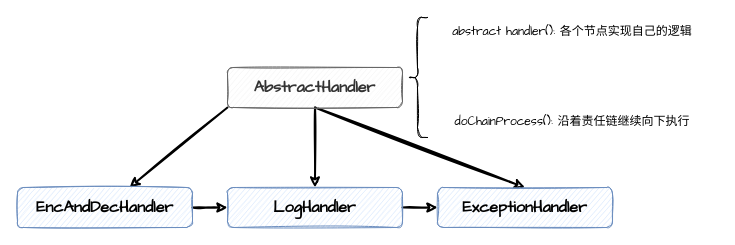
Above: images/责任链模式.drawio in FangYuan33/head-first-design-patterns (draw.io), before the change. Source tidied: cells renumbered, new cells numbered last; positions are measured from the earlier drawing's top-left corner, leaving out a move shared by most shapes. Both pictures are drawn from the tidied source at 100%, with x=0, y=0 at pixel (17, 17).
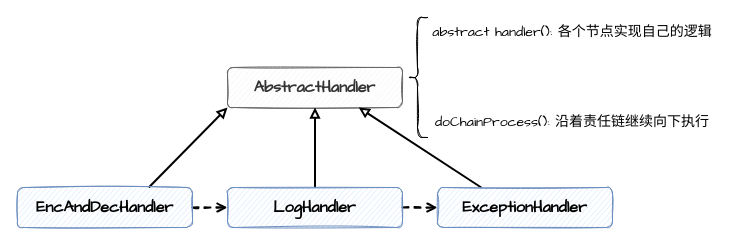
After the change.

Commit message (it also covers changes not shown here):
优化责任链模式图片

The edit, as a diff of the source:
```diff
@@
 <mxGraphModel>
   <root>
     <mxCell id="0" />
     <mxCell id="1" parent="0" />
-    <mxCell id="2" style="rounded=0;jettySize=auto;html=1;exitX=0;exitY=1;exitDx=0;exitDy=0;fontFamily=Comic Sans MS;strokeWidth=2;sketch=1;" parent="1" edge="1" source="5" target="7">
-      <mxGeometry relative="1" as="geometry" />
-    </mxCell>
-    <mxCell id="3" style="edgeStyle=none;rounded=0;sketch=1;jettySize=auto;html=1;strokeWidth=2;fontFamily=Comic Sans MS;" parent="1" edge="1" source="5" target="10">
-      <mxGeometry relative="1" as="geometry" />
-    </mxCell>
-    <mxCell id="4" style="edgeStyle=none;rounded=0;sketch=1;jettySize=auto;html=1;entryX=0.5;entryY=0;entryDx=0;entryDy=0;strokeWidth=2;fontFamily=Comic Sans MS;exitX=0.5;exitY=1;exitDx=0;exitDy=0;" parent="1" edge="1" source="5" target="8">
-      <mxGeometry relative="1" as="geometry" />
-    </mxCell>
     <mxCell id="5" value="&lt;font face=&quot;Comic Sans MS&quot; style=&quot;font-size: 16px;&quot;&gt;&lt;b&gt;AbstractHandler&lt;/b&gt;&lt;/font&gt;" style="rounded=1;whiteSpace=wrap;html=1;fillColor=#f5f5f5;strokeColor=#666666;sketch=1;strokeWidth=1;fontSize=13;fontColor=#333333;" parent="1" vertex="1">
       <mxGeometry x="210" y="50" width="175" height="40" as="geometry" />
     </mxCell>
-    <mxCell id="6" style="edgeStyle=none;rounded=0;sketch=1;jettySize=auto;html=1;strokeWidth=2;fontFamily=Comic Sans MS;" parent="1" edge="1" source="7" target="10">
+    <mxCell id="6" style="edgeStyle=none;rounded=0;sketch=1;jettySize=auto;html=1;strokeWidth=2;fontFamily=Comic Sans MS;dashed=1;endArrow=open;endFill=0;" parent="1" edge="1" source="7" target="10">
       <mxGeometry relative="1" as="geometry" />
     </mxCell>
+    <mxCell id="14" style="edgeStyle=none;rounded=0;jettySize=auto;html=1;exitX=0.75;exitY=0;exitDx=0;exitDy=0;entryX=0;entryY=1;entryDx=0;entryDy=0;strokeWidth=2;endArrow=block;endFill=0;" parent="1" edge="1" source="7" target="5">
+      <mxGeometry relative="1" as="geometry" />
+    </mxCell>
     <mxCell id="7" value="&lt;font face=&quot;Comic Sans MS&quot; style=&quot;font-size: 16px;&quot;&gt;&lt;b&gt;EncAndDecHandler&lt;/b&gt;&lt;/font&gt;" style="rounded=1;whiteSpace=wrap;html=1;fillColor=#dae8fc;strokeColor=#6c8ebf;sketch=1;strokeWidth=1;fontSize=13;" parent="1" vertex="1">
       <mxGeometry y="170" width="175" height="40" as="geometry" />
     </mxCell>
+    <mxCell id="15" style="edgeStyle=none;rounded=0;jettySize=auto;html=1;exitX=0.25;exitY=0;exitDx=0;exitDy=0;entryX=0.75;entryY=1;entryDx=0;entryDy=0;strokeWidth=2;endArrow=block;endFill=0;" parent="1" edge="1" source="8" target="5">
+      <mxGeometry relative="1" as="geometry" />
+    </mxCell>
     <mxCell id="8" value="&lt;font face=&quot;Comic Sans MS&quot; style=&quot;font-size: 16px;&quot;&gt;&lt;b&gt;ExceptionHandler&lt;/b&gt;&lt;/font&gt;" style="rounded=1;whiteSpace=wrap;html=1;fillColor=#dae8fc;strokeColor=#6c8ebf;sketch=1;strokeWidth=1;fontSize=13;" parent="1" vertex="1">
       <mxGeometry x="420" y="170" width="175" height="40" as="geometry" />
     </mxCell>
-    <mxCell id="9" style="edgeStyle=none;rounded=0;sketch=1;jettySize=auto;html=1;strokeWidth=2;fontFamily=Comic Sans MS;" parent="1" edge="1" source="10" target="8">
+    <mxCell id="9" style="edgeStyle=none;rounded=0;sketch=1;jettySize=auto;html=1;strokeWidth=2;fontFamily=Comic Sans MS;dashed=1;endArrow=open;endFill=0;" parent="1" edge="1" source="10" target="8">
       <mxGeometry relative="1" as="geometry" />
     </mxCell>
+    <mxCell id="16" style="edgeStyle=none;rounded=0;jettySize=auto;html=1;strokeWidth=2;endArrow=block;endFill=0;" parent="1" edge="1" source="10" target="5">
+      <mxGeometry relative="1" as="geometry" />
+    </mxCell>
     <mxCell id="10" value="&lt;font face=&quot;Comic Sans MS&quot; style=&quot;font-size: 16px;&quot;&gt;&lt;b&gt;LogHandler&lt;/b&gt;&lt;/font&gt;" style="rounded=1;whiteSpace=wrap;html=1;fillColor=#dae8fc;strokeColor=#6c8ebf;sketch=1;strokeWidth=1;fontSize=13;" parent="1" vertex="1">
       <mxGeometry x="210" y="170" width="175" height="40" as="geometry" />
     </mxCell>
     <mxCell id="11" style="shape=curlyBracket;whiteSpace=wrap;html=1;rounded=1;labelBackgroundColor=none;strokeColor=default;fontSize=14;fontFamily=Comic Sans MS;sketch=1;" parent="1" vertex="1">
       <mxGeometry x="390" width="20" height="120" as="geometry" />
     </mxCell>
-    <mxCell id="12" value="abstract handler(): 各个节点实现自己的逻辑" style="text;html=1;strokeColor=none;fillColor=none;align=center;verticalAlign=middle;whiteSpace=wrap;rounded=0;sketch=1;fontFamily=Comic Sans MS;" parent="1" vertex="1">
+    <mxCell id="12" value="&lt;font style=&quot;font-size: 14px;&quot;&gt;abstract handler(): 各个节点实现自己的逻辑&lt;/font&gt;" style="text;html=1;strokeColor=none;fillColor=none;align=center;verticalAlign=middle;whiteSpace=wrap;rounded=0;sketch=1;fontFamily=Comic Sans MS;" parent="1" vertex="1">
       <mxGeometry x="410" width="290" height="30" as="geometry" />
     </mxCell>
-    <mxCell id="13" value="doChainProcess(): 沿着责任链继续向下执行" style="text;html=1;strokeColor=none;fillColor=none;align=center;verticalAlign=middle;whiteSpace=wrap;rounded=0;sketch=1;fontFamily=Comic Sans MS;" parent="1" vertex="1">
+    <mxCell id="13" value="&lt;font style=&quot;font-size: 14px;&quot;&gt;doChainProcess(): 沿着责任链继续向下执行&lt;/font&gt;" style="text;html=1;strokeColor=none;fillColor=none;align=center;verticalAlign=middle;whiteSpace=wrap;rounded=0;sketch=1;fontFamily=Comic Sans MS;" parent="1" vertex="1">
       <mxGeometry x="410" y="90" width="290" height="30" as="geometry" />
     </mxCell>
   </root>
 </mxGraphModel>
```
